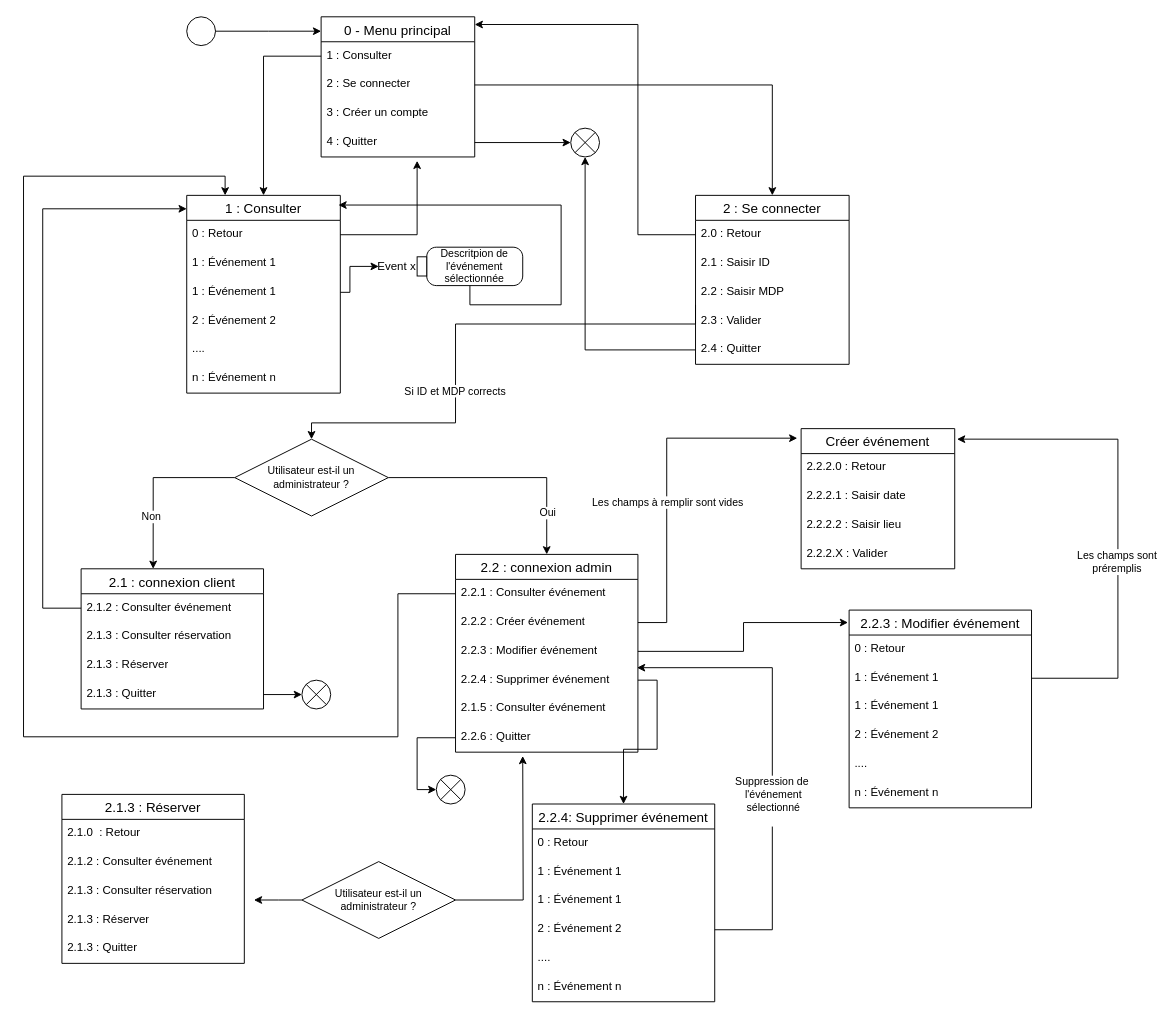
This is doc/menu.drawio from khalidjerrari/ENSAI-Projet-info-2A, a draw.io file, before an edit. Source tidied: cells renumbered, new cells numbered last; positions are measured from the earlier drawing's top-left corner, leaving out a move shared by most shapes. Both pictures are drawn from the tidied source at 96%, with x=0, y=0 at pixel (23, 16).
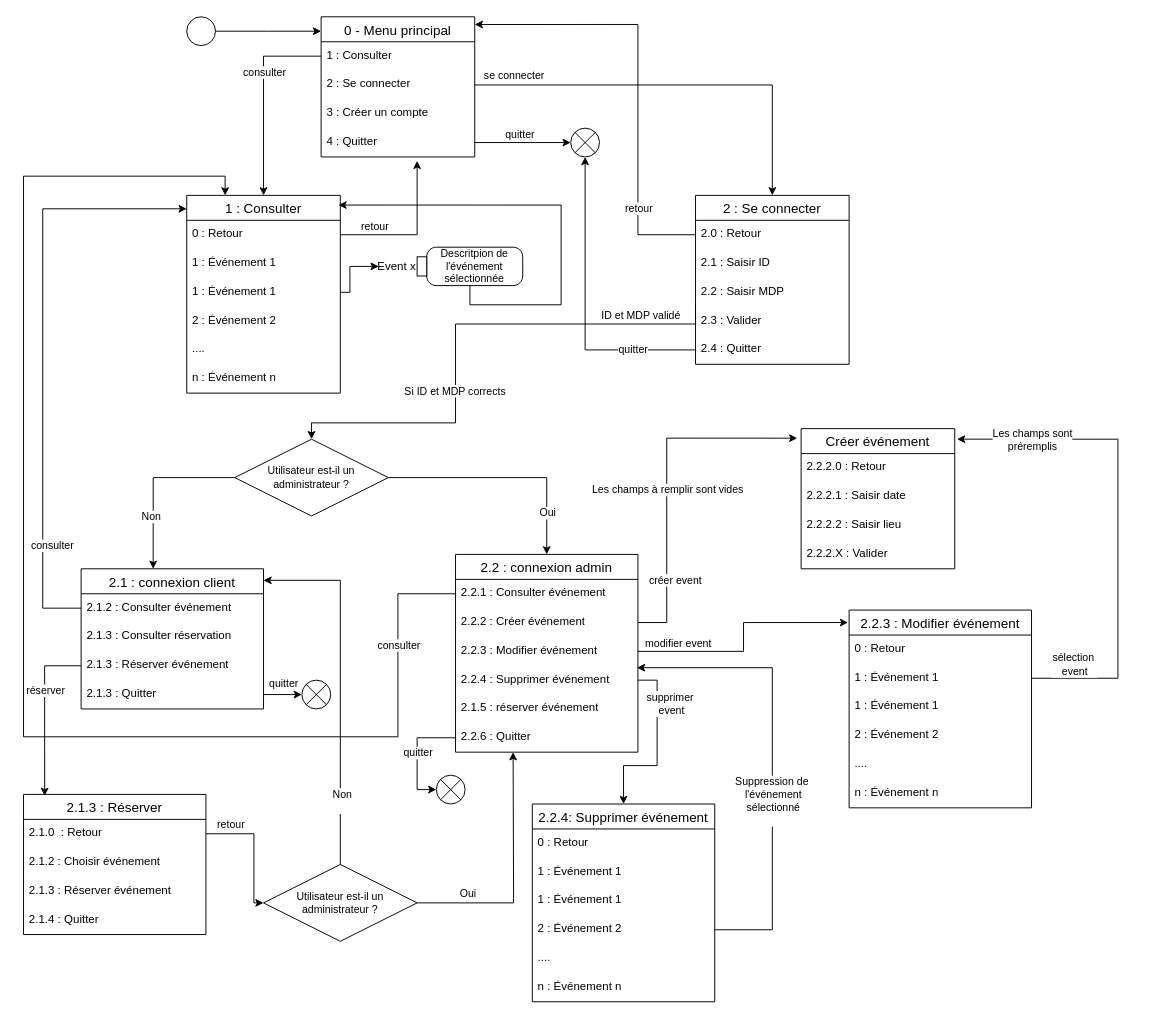
The same diagram, later.

Commit message (it also covers changes not shown here):
Mettre à jour menu.drawio

Unchanged cells that the change refers to:
```xml
<mxCell id="20" value="2.1 : connexion client" style="swimlane;fontStyle=0;horizontal=1;startSize=26;align=center;fontSize=14;" parent="1" vertex="1">
  <mxGeometry x="60" y="575" width="190" height="146" as="geometry" />
</mxCell>
<mxCell id="25" style="edgeStyle=orthogonalEdgeStyle;rounded=0;jettySize=auto;html=1;" parent="1" edge="1" source="4" target="14">
  <mxGeometry relative="1" as="geometry" />
</mxCell>
<mxCell id="26" value="2.2 : connexion admin" style="swimlane;fontStyle=0;horizontal=1;startSize=26;align=center;fontSize=14;" parent="1" vertex="1">
  <mxGeometry x="450" y="560" width="190" height="206" as="geometry" />
</mxCell>
<mxCell id="30" value="2.2.4 : Supprimer événement" style="text;strokeColor=none;fillColor=none;spacingLeft=4;spacingRight=4;overflow=hidden;points=[[0,0.5],[1,0.5]];portConstraint=eastwest;fontSize=12;whiteSpace=wrap;html=1;" parent="26" vertex="1">
  <mxGeometry y="116" width="190" height="30" as="geometry" />
</mxCell>
<mxCell id="34" style="edgeStyle=orthogonalEdgeStyle;rounded=0;jettySize=auto;html=1;entryX=0;entryY=0.5;entryDx=0;entryDy=0;" parent="1" edge="1" source="6" target="33">
  <mxGeometry relative="1" as="geometry" />
</mxCell>
<mxCell id="35" style="edgeStyle=orthogonalEdgeStyle;rounded=0;jettySize=auto;html=1;entryX=0.5;entryY=1;entryDx=0;entryDy=0;" parent="1" edge="1" source="19" target="33">
  <mxGeometry relative="1" as="geometry" />
</mxCell>
<mxCell id="36" style="edgeStyle=orthogonalEdgeStyle;rounded=0;jettySize=auto;html=1;" parent="1" edge="1" source="8">
  <mxGeometry relative="1" as="geometry">
    <mxPoint x="410" y="150" as="targetPoint" />
    <Array as="points">
      <mxPoint x="410" y="227" />
    </Array>
  </mxGeometry>
</mxCell>
<mxCell id="40" style="edgeStyle=orthogonalEdgeStyle;rounded=0;jettySize=auto;html=1;entryX=0.5;entryY=0;entryDx=0;entryDy=0;" parent="1" edge="1" target="39">
  <mxGeometry relative="1" as="geometry">
    <mxPoint x="700" y="300" as="sourcePoint" />
    <Array as="points">
      <mxPoint x="700" y="320" />
      <mxPoint x="450" y="320" />
      <mxPoint x="450" y="423" />
      <mxPoint x="300" y="423" />
    </Array>
  </mxGeometry>
</mxCell>
<mxCell id="44" style="edgeStyle=orthogonalEdgeStyle;rounded=0;jettySize=auto;html=1;" parent="1" edge="1" source="21">
  <mxGeometry relative="1" as="geometry">
    <mxPoint x="170" y="200" as="targetPoint" />
    <Array as="points">
      <mxPoint x="20" y="616" />
      <mxPoint x="20" y="200" />
      <mxPoint x="170" y="200" />
    </Array>
  </mxGeometry>
</mxCell>
<mxCell id="45" style="edgeStyle=orthogonalEdgeStyle;rounded=0;jettySize=auto;html=1;exitX=0;exitY=0.5;exitDx=0;exitDy=0;" parent="1" edge="1" source="3" target="7">
  <mxGeometry relative="1" as="geometry" />
</mxCell>
<mxCell id="46" style="edgeStyle=orthogonalEdgeStyle;rounded=0;jettySize=auto;html=1;entryX=0.25;entryY=0;entryDx=0;entryDy=0;exitX=0;exitY=0.5;exitDx=0;exitDy=0;" parent="1" edge="1" source="27" target="7">
  <mxGeometry relative="1" as="geometry">
    <Array as="points">
      <mxPoint x="390" y="601" />
      <mxPoint x="390" y="750" />
      <mxPoint y="750" />
      <mxPoint y="166" />
      <mxPoint x="210" y="166" />
    </Array>
  </mxGeometry>
</mxCell>
<mxCell id="49" style="edgeStyle=orthogonalEdgeStyle;rounded=0;jettySize=auto;html=1;entryX=0;entryY=0.5;entryDx=0;entryDy=0;" parent="1" edge="1" source="32" target="48">
  <mxGeometry relative="1" as="geometry" />
</mxCell>
<mxCell id="55" style="edgeStyle=orthogonalEdgeStyle;rounded=0;jettySize=auto;html=1;entryX=1;entryY=0.055;entryDx=0;entryDy=0;entryPerimeter=0;" parent="1" edge="1" source="15" target="2">
  <mxGeometry relative="1" as="geometry">
    <Array as="points">
      <mxPoint x="640" y="227" />
      <mxPoint x="640" y="8" />
    </Array>
  </mxGeometry>
</mxCell>
<mxCell id="56" style="edgeStyle=orthogonalEdgeStyle;rounded=0;jettySize=auto;html=1;entryX=0;entryY=0.5;entryDx=0;entryDy=0;" parent="1" edge="1" source="24" target="47">
  <mxGeometry relative="1" as="geometry" />
</mxCell>
<mxCell id="63" style="edgeStyle=orthogonalEdgeStyle;rounded=0;jettySize=auto;html=1;entryX=-0.025;entryY=0.068;entryDx=0;entryDy=0;entryPerimeter=0;" parent="1" edge="1" source="28" target="58">
  <mxGeometry relative="1" as="geometry">
    <Array as="points">
      <mxPoint x="670" y="631" />
      <mxPoint x="670" y="439" />
    </Array>
  </mxGeometry>
</mxCell>
<mxCell id="72" style="edgeStyle=orthogonalEdgeStyle;rounded=0;jettySize=auto;html=1;entryX=-0.006;entryY=0.063;entryDx=0;entryDy=0;entryPerimeter=0;" parent="1" edge="1" source="29" target="65">
  <mxGeometry relative="1" as="geometry" />
</mxCell>
<mxCell id="73" value="2.2.4: Supprimer événement" style="swimlane;fontStyle=0;horizontal=1;startSize=26;align=center;fontSize=14;" parent="1" vertex="1">
  <mxGeometry x="530" y="820" width="190" height="206" as="geometry" />
</mxCell>
<mxCell id="83" style="edgeStyle=orthogonalEdgeStyle;rounded=0;jettySize=auto;html=1;entryX=1.015;entryY=0.075;entryDx=0;entryDy=0;entryPerimeter=0;" parent="1" edge="1" source="67" target="58">
  <mxGeometry relative="1" as="geometry">
    <Array as="points">
      <mxPoint x="1140" y="689" />
      <mxPoint x="1140" y="440" />
    </Array>
  </mxGeometry>
</mxCell>
<mxCell id="86" value="2.1.0&amp;nbsp; : Retour" style="text;strokeColor=none;fillColor=none;spacingLeft=4;spacingRight=4;overflow=hidden;points=[[0,0.5],[1,0.5]];portConstraint=eastwest;fontSize=12;whiteSpace=wrap;html=1;" parent="85" vertex="1">
  <mxGeometry y="26" width="190" height="30" as="geometry" />
</mxCell>
```

What changed in the source:
```diff
@@
-    <mxCell id="23" value="2.1.3 : Réserver" style="text;strokeColor=none;fillColor=none;spacingLeft=4;spacingRight=4;overflow=hidden;points=[[0,0.5],[1,0.5]];portConstraint=eastwest;fontSize=12;whiteSpace=wrap;html=1;" parent="20" vertex="1">
+    <mxCell id="23" value="2.1.3 : Réserver événement" style="text;strokeColor=none;fillColor=none;spacingLeft=4;spacingRight=4;overflow=hidden;points=[[0,0.5],[1,0.5]];portConstraint=eastwest;fontSize=12;whiteSpace=wrap;html=1;" parent="20" vertex="1">
       <mxGeometry y="86" width="190" height="30" as="geometry" />
     </mxCell>
@@
+    <mxCell id="94" value="&lt;div&gt;se connecter&lt;/div&gt;" style="edgeLabel;html=1;align=center;verticalAlign=middle;" parent="25" vertex="1">
+      <mxGeometry x="-0.86" relative="1" as="geometry">
+        <mxPoint x="10" y="-11" as="offset" />
+      </mxGeometry>
+    </mxCell>
@@
-    <mxCell id="31" value="2.1.5 : Consulter événement" style="text;strokeColor=none;fillColor=none;spacingLeft=4;spacingRight=4;overflow=hidden;fontSize=12;whiteSpace=wrap;html=1;" parent="26" vertex="1">
+    <mxCell id="31" value="2.1.5 : réserver événement" style="text;strokeColor=none;fillColor=none;spacingLeft=4;spacingRight=4;overflow=hidden;fontSize=12;whiteSpace=wrap;html=1;" parent="26" vertex="1">
       <mxGeometry y="146" width="190" height="30" as="geometry" />
     </mxCell>
@@
+    <mxCell id="95" value="quitter" style="edgeLabel;html=1;align=center;verticalAlign=middle;" parent="34" vertex="1">
+      <mxGeometry x="-0.08" y="-1" relative="1" as="geometry">
+        <mxPoint y="-10" as="offset" />
+      </mxGeometry>
+    </mxCell>
@@
+    <mxCell id="96" value="quitter" style="edgeLabel;html=1;align=center;verticalAlign=middle;" parent="35" vertex="1">
+      <mxGeometry x="-0.58" y="-1" relative="1" as="geometry" />
+    </mxCell>
@@
+    <mxCell id="97" value="retour" style="edgeLabel;html=1;align=center;verticalAlign=middle;" parent="36" vertex="1">
+      <mxGeometry x="-0.57" y="1" relative="1" as="geometry">
+        <mxPoint x="1" y="-8" as="offset" />
+      </mxGeometry>
+    </mxCell>
@@
+    <mxCell id="98" value="ID et MDP validé" style="edgeLabel;html=1;align=center;verticalAlign=middle;" parent="40" vertex="1">
+      <mxGeometry x="-0.71" y="1" relative="1" as="geometry">
+        <mxPoint y="-11" as="offset" />
+      </mxGeometry>
+    </mxCell>
@@
+    <mxCell id="99" value="consulter" style="edgeLabel;html=1;align=center;verticalAlign=middle;" parent="44" vertex="1">
+      <mxGeometry x="-0.65" y="2" relative="1" as="geometry">
+        <mxPoint x="11" as="offset" />
+      </mxGeometry>
+    </mxCell>
@@
+    <mxCell id="100" value="consulter" style="edgeLabel;html=1;align=center;verticalAlign=middle;" parent="45" vertex="1">
+      <mxGeometry x="-0.26" relative="1" as="geometry" />
+    </mxCell>
@@
+    <mxCell id="101" value="consulter" style="edgeLabel;html=1;align=center;verticalAlign=middle;" parent="46" vertex="1">
+      <mxGeometry x="-0.84" relative="1" as="geometry" />
+    </mxCell>
@@
+    <mxCell id="102" value="quitter" style="edgeLabel;html=1;align=center;verticalAlign=middle;" parent="49" vertex="1">
+      <mxGeometry x="-0.56" relative="1" as="geometry">
+        <mxPoint x="-15" y="15" as="offset" />
+      </mxGeometry>
+    </mxCell>
@@
+    <mxCell id="103" value="retour" style="edgeLabel;html=1;align=center;verticalAlign=middle;" parent="55" vertex="1">
+      <mxGeometry x="-0.61" relative="1" as="geometry" />
+    </mxCell>
@@
+    <mxCell id="104" value="quitter" style="edgeLabel;html=1;align=center;verticalAlign=middle;" parent="56" vertex="1">
+      <mxGeometry x="-0.15" y="-1" relative="1" as="geometry">
+        <mxPoint x="3" y="-13" as="offset" />
+      </mxGeometry>
+    </mxCell>
@@
     <mxCell id="64" value="Les champs à remplir sont vides" style="edgeLabel;html=1;align=center;verticalAlign=middle;" parent="63" vertex="1">
-      <mxGeometry x="-0.13" relative="1" as="geometry" />
+      <mxGeometry x="-0.13" relative="1" as="geometry">
+        <mxPoint y="-13" as="offset" />
+      </mxGeometry>
     </mxCell>
+    <mxCell id="105" value="créer event" style="edgeLabel;html=1;align=center;verticalAlign=middle;" parent="63" vertex="1">
+      <mxGeometry x="-0.58" y="-1" relative="1" as="geometry">
+        <mxPoint x="7" as="offset" />
+      </mxGeometry>
+    </mxCell>
@@
+    <mxCell id="106" value="modifier event" style="edgeLabel;html=1;align=center;verticalAlign=middle;" parent="72" vertex="1">
+      <mxGeometry x="-0.73" relative="1" as="geometry">
+        <mxPoint x="7" y="-9" as="offset" />
+      </mxGeometry>
+    </mxCell>
@@
     <mxCell id="80" style="edgeStyle=orthogonalEdgeStyle;rounded=0;jettySize=auto;html=1;entryX=0.5;entryY=0;entryDx=0;entryDy=0;" parent="1" edge="1" source="30" target="73">
-      <mxGeometry relative="1" as="geometry" />
+      <mxGeometry relative="1" as="geometry">
+        <Array as="points">
+          <mxPoint x="660" y="691" />
+          <mxPoint x="660" y="780" />
+          <mxPoint x="625" y="780" />
+        </Array>
+      </mxGeometry>
     </mxCell>
+    <mxCell id="107" value="supprimer&amp;nbsp;&lt;br&gt;event" style="edgeLabel;html=1;align=center;verticalAlign=middle;" parent="80" vertex="1">
+      <mxGeometry x="-0.59" y="-1" relative="1" as="geometry">
+        <mxPoint x="15" y="6" as="offset" />
+      </mxGeometry>
+    </mxCell>
@@
     <mxCell id="84" value="Les champs sont&lt;br&gt;préremplis" style="edgeLabel;html=1;align=center;verticalAlign=middle;" parent="83" vertex="1">
       <mxGeometry x="-0.01" y="2" relative="1" as="geometry">
-        <mxPoint y="39" as="offset" />
+        <mxPoint x="-88" y="-88" as="offset" />
       </mxGeometry>
     </mxCell>
+    <mxCell id="108" value="sélection&amp;nbsp;&lt;br&gt;event" style="edgeLabel;html=1;align=center;verticalAlign=middle;" parent="83" vertex="1">
+      <mxGeometry x="-0.78" y="-1" relative="1" as="geometry">
+        <mxPoint x="-12" y="-16" as="offset" />
+      </mxGeometry>
+    </mxCell>
     <mxCell id="85" value="2.1.3 : Réserver" style="swimlane;fontStyle=0;horizontal=1;startSize=26;align=center;fontSize=14;" parent="1" vertex="1">
-      <mxGeometry x="40" y="810" width="190" height="176" as="geometry" />
+      <mxGeometry y="810" width="190" height="146" as="geometry" />
     </mxCell>
@@
-    <mxCell id="87" value="2.1.2 : Consulter événement" style="text;strokeColor=none;fillColor=none;spacingLeft=4;spacingRight=4;overflow=hidden;fontSize=12;whiteSpace=wrap;html=1;" parent="85" vertex="1">
+    <mxCell id="87" value="2.1.2 : Choisir événement" style="text;strokeColor=none;fillColor=none;spacingLeft=4;spacingRight=4;overflow=hidden;fontSize=12;whiteSpace=wrap;html=1;" parent="85" vertex="1">
       <mxGeometry y="56" width="190" height="30" as="geometry" />
     </mxCell>
-    <mxCell id="88" value="2.1.3 : Consulter réservation" style="text;strokeColor=none;fillColor=none;spacingLeft=4;spacingRight=4;overflow=hidden;fontSize=12;whiteSpace=wrap;html=1;" parent="85" vertex="1">
-      <mxGeometry y="86" width="190" height="30" as="geometry" />
-    </mxCell>
-    <mxCell id="89" value="2.1.3 : Réserver" style="text;strokeColor=none;fillColor=none;spacingLeft=4;spacingRight=4;overflow=hidden;fontSize=12;whiteSpace=wrap;html=1;" parent="85" vertex="1">
-      <mxGeometry y="116" width="190" height="30" as="geometry" />
+    <mxCell id="89" value="2.1.3 : Réserver événement" style="text;strokeColor=none;fillColor=none;spacingLeft=4;spacingRight=4;overflow=hidden;fontSize=12;whiteSpace=wrap;html=1;" parent="85" vertex="1">
+      <mxGeometry y="86" width="190" height="30" as="geometry" />
     </mxCell>
-    <mxCell id="90" value="2.1.3 : Quitter" style="text;strokeColor=none;fillColor=none;spacingLeft=4;spacingRight=4;overflow=hidden;fontSize=12;whiteSpace=wrap;html=1;" parent="85" vertex="1">
-      <mxGeometry y="146" width="190" height="30" as="geometry" />
+    <mxCell id="90" value="2.1.4 : Quitter" style="text;strokeColor=none;fillColor=none;spacingLeft=4;spacingRight=4;overflow=hidden;fontSize=12;whiteSpace=wrap;html=1;" parent="85" vertex="1">
+      <mxGeometry y="116" width="190" height="30" as="geometry" />
     </mxCell>
-    <mxCell id="91" style="edgeStyle=orthogonalEdgeStyle;rounded=0;jettySize=auto;html=1;" parent="1" edge="1" source="93">
+    <mxCell id="91" style="edgeStyle=orthogonalEdgeStyle;rounded=0;jettySize=auto;html=1;exitX=1;exitY=0.5;exitDx=0;exitDy=0;" parent="1" edge="1" source="93">
       <mxGeometry relative="1" as="geometry">
-        <mxPoint x="520" y="770" as="targetPoint" />
+        <mxPoint x="510" y="766" as="targetPoint" />
       </mxGeometry>
     </mxCell>
-    <mxCell id="92" style="edgeStyle=orthogonalEdgeStyle;rounded=0;jettySize=auto;html=1;" parent="1" edge="1" source="93">
-      <mxGeometry relative="1" as="geometry">
-        <mxPoint x="240" y="920" as="targetPoint" />
-      </mxGeometry>
-    </mxCell>
+    <mxCell id="109" value="Oui" style="edgeLabel;html=1;align=center;verticalAlign=middle;" parent="91" vertex="1">
+      <mxGeometry x="-0.6" y="-1" relative="1" as="geometry">
+        <mxPoint y="-12" as="offset" />
+      </mxGeometry>
+    </mxCell>
     <mxCell id="93" value="Utilisateur est-il un administrateur ?" style="shape=rhombus;perimeter=rhombusPerimeter;whiteSpace=wrap;html=1;align=center;fontSize=11;" parent="1" vertex="1">
-      <mxGeometry x="290" y="880" width="160" height="80" as="geometry" />
+      <mxGeometry x="250" y="883" width="160" height="80" as="geometry" />
     </mxCell>
+    <mxCell id="110" style="edgeStyle=orthogonalEdgeStyle;rounded=0;jettySize=auto;html=1;entryX=0.116;entryY=0.011;entryDx=0;entryDy=0;entryPerimeter=0;" parent="1" edge="1" source="23" target="85">
+      <mxGeometry relative="1" as="geometry" />
+    </mxCell>
+    <mxCell id="111" value="réserver" style="edgeLabel;html=1;align=center;verticalAlign=middle;" parent="110" vertex="1">
+      <mxGeometry x="-0.64" y="-1" relative="1" as="geometry">
+        <mxPoint x="-7" y="26" as="offset" />
+      </mxGeometry>
+    </mxCell>
+    <mxCell id="112" style="edgeStyle=orthogonalEdgeStyle;rounded=0;jettySize=auto;html=1;entryX=0;entryY=0.5;entryDx=0;entryDy=0;" parent="1" edge="1" source="86" target="93">
+      <mxGeometry relative="1" as="geometry">
+        <Array as="points">
+          <mxPoint x="240" y="851" />
+          <mxPoint x="240" y="923" />
+        </Array>
+      </mxGeometry>
+    </mxCell>
+    <mxCell id="113" value="retour" style="edgeLabel;html=1;align=center;verticalAlign=middle;" parent="112" vertex="1">
+      <mxGeometry x="-0.77" y="2" relative="1" as="geometry">
+        <mxPoint x="10" y="-8" as="offset" />
+      </mxGeometry>
+    </mxCell>
+    <mxCell id="114" style="edgeStyle=orthogonalEdgeStyle;rounded=0;jettySize=auto;html=1;exitX=0.5;exitY=0;exitDx=0;exitDy=0;" parent="1" edge="1" source="93">
+      <mxGeometry relative="1" as="geometry">
+        <mxPoint x="250" y="587" as="targetPoint" />
+        <Array as="points">
+          <mxPoint x="330" y="587" />
+        </Array>
+      </mxGeometry>
+    </mxCell>
+    <mxCell id="115" value="&lt;div&gt;Non&lt;/div&gt;&lt;div&gt;&lt;br&gt;&lt;/div&gt;" style="edgeLabel;html=1;align=center;verticalAlign=middle;" parent="114" vertex="1">
+      <mxGeometry x="-0.62" y="-1" relative="1" as="geometry">
+        <mxPoint y="4" as="offset" />
+      </mxGeometry>
+    </mxCell>
```
